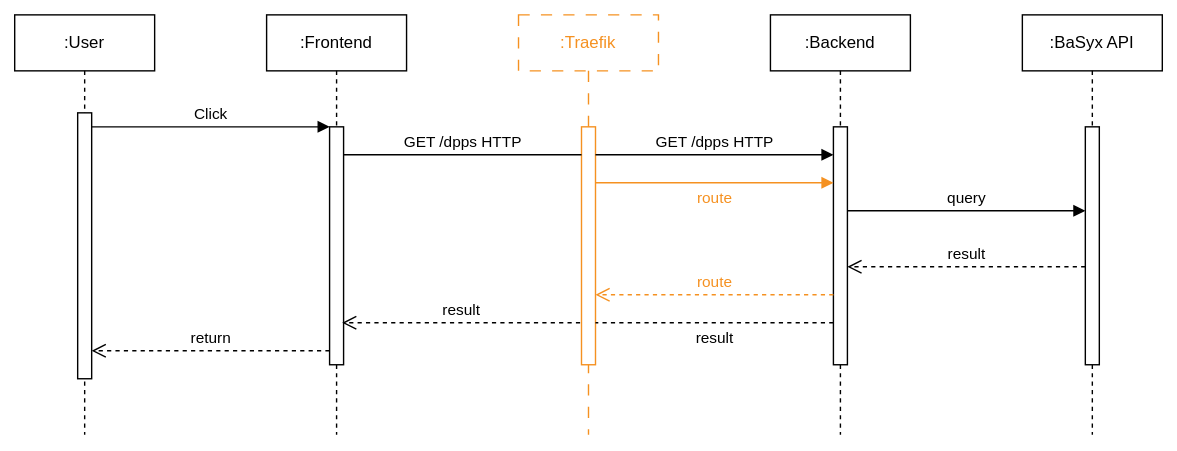
DHBW-TINF24F/Team6-BaSyx-DPP-API keeps this draw.io diagram as PROJECT/SAS/src/sequence-diagram/TINF24F_SAS_Team_6_Sequence-Diagram_R10.drawio.svg. Above is the earlier version. Source tidied: cells renumbered, new cells last; positions are measured from the earlier drawing's top-left corner, leaving out a move shared by most shapes. The source it was exported from:
```xml
<mxGraphModel>
  <root>
    <mxCell id="0" />
    <mxCell id="1" parent="0" />
    <mxCell id="2" value=":User" style="shape=umlLifeline;perimeter=lifelinePerimeter;whiteSpace=wrap;html=1;newEdgeStyle={&quot;edgeStyle&quot;:&quot;elbowEdgeStyle&quot;,&quot;elbow&quot;:&quot;vertical&quot;,&quot;curved&quot;:0,&quot;rounded&quot;:0};" parent="1" vertex="1">
      <mxGeometry width="100" height="300" as="geometry" />
    </mxCell>
    <mxCell id="3" style="html=1;points=[];perimeter=orthogonalPerimeter;outlineConnect=0;targetShapes=umlLifeline;portConstraint=eastwest;newEdgeStyle={&quot;edgeStyle&quot;:&quot;elbowEdgeStyle&quot;,&quot;elbow&quot;:&quot;vertical&quot;,&quot;curved&quot;:0,&quot;rounded&quot;:0};" parent="2" vertex="1">
      <mxGeometry x="45" y="70" width="10" height="190" as="geometry" />
    </mxCell>
    <mxCell id="4" value=":Frontend" style="shape=umlLifeline;perimeter=lifelinePerimeter;whiteSpace=wrap;html=1;newEdgeStyle={&quot;edgeStyle&quot;:&quot;elbowEdgeStyle&quot;,&quot;elbow&quot;:&quot;vertical&quot;,&quot;curved&quot;:0,&quot;rounded&quot;:0};" parent="1" vertex="1">
      <mxGeometry x="180" width="100" height="300" as="geometry" />
    </mxCell>
    <mxCell id="5" style="html=1;points=[];perimeter=orthogonalPerimeter;outlineConnect=0;targetShapes=umlLifeline;portConstraint=eastwest;newEdgeStyle={&quot;edgeStyle&quot;:&quot;elbowEdgeStyle&quot;,&quot;elbow&quot;:&quot;vertical&quot;,&quot;curved&quot;:0,&quot;rounded&quot;:0};" parent="4" vertex="1">
      <mxGeometry x="45" y="80" width="10" height="170" as="geometry" />
    </mxCell>
    <mxCell id="6" value="Click" style="html=1;verticalAlign=bottom;endArrow=block;edgeStyle=elbowEdgeStyle;elbow=vertical;curved=0;rounded=0;" parent="1" edge="1" source="3" target="5">
      <mxGeometry relative="1" as="geometry">
        <Array as="points">
          <mxPoint x="140" y="80" />
        </Array>
      </mxGeometry>
    </mxCell>
    <mxCell id="7" value="return" style="html=1;verticalAlign=bottom;endArrow=open;dashed=1;endSize=8;edgeStyle=elbowEdgeStyle;elbow=vertical;curved=0;rounded=0;" parent="1" edge="1" source="5" target="3">
      <mxGeometry relative="1" as="geometry">
        <Array as="points">
          <mxPoint x="150" y="240" />
        </Array>
      </mxGeometry>
    </mxCell>
    <mxCell id="8" value="&lt;font style=&quot;color: rgb(245, 145, 33);&quot;&gt;:Traefik&lt;/font&gt;" style="shape=umlLifeline;perimeter=lifelinePerimeter;whiteSpace=wrap;html=1;newEdgeStyle={&quot;edgeStyle&quot;:&quot;elbowEdgeStyle&quot;,&quot;elbow&quot;:&quot;vertical&quot;,&quot;curved&quot;:0,&quot;rounded&quot;:0};dashed=1;dashPattern=8 8;strokeColor=#F59121;" parent="1" vertex="1">
      <mxGeometry x="360" width="100" height="300" as="geometry" />
    </mxCell>
    <mxCell id="9" style="html=1;perimeter=orthogonalPerimeter;targetShapes=umlLifeline;newEdgeStyle={&quot;edgeStyle&quot;:&quot;elbowEdgeStyle&quot;,&quot;elbow&quot;:&quot;vertical&quot;,&quot;curved&quot;:0,&quot;rounded&quot;:0};strokeColor=#F59121;" parent="8" vertex="1">
      <mxGeometry x="45" y="80" width="10" height="170" as="geometry" />
    </mxCell>
    <mxCell id="10" value=":Backend" style="shape=umlLifeline;perimeter=lifelinePerimeter;whiteSpace=wrap;html=1;newEdgeStyle={&quot;edgeStyle&quot;:&quot;elbowEdgeStyle&quot;,&quot;elbow&quot;:&quot;vertical&quot;,&quot;curved&quot;:0,&quot;rounded&quot;:0};" parent="1" vertex="1">
      <mxGeometry x="540" width="100" height="300" as="geometry" />
    </mxCell>
    <mxCell id="11" style="html=1;perimeter=orthogonalPerimeter;targetShapes=umlLifeline;newEdgeStyle={&quot;edgeStyle&quot;:&quot;elbowEdgeStyle&quot;,&quot;elbow&quot;:&quot;vertical&quot;,&quot;curved&quot;:0,&quot;rounded&quot;:0};" parent="10" vertex="1">
      <mxGeometry x="45" y="80" width="10" height="170" as="geometry" />
    </mxCell>
    <mxCell id="12" value=":BaSyx API" style="shape=umlLifeline;perimeter=lifelinePerimeter;whiteSpace=wrap;html=1;newEdgeStyle={&quot;edgeStyle&quot;:&quot;elbowEdgeStyle&quot;,&quot;elbow&quot;:&quot;vertical&quot;,&quot;curved&quot;:0,&quot;rounded&quot;:0};" parent="1" vertex="1">
      <mxGeometry x="720" width="100" height="300" as="geometry" />
    </mxCell>
    <mxCell id="13" style="html=1;perimeter=orthogonalPerimeter;targetShapes=umlLifeline;newEdgeStyle={&quot;edgeStyle&quot;:&quot;elbowEdgeStyle&quot;,&quot;elbow&quot;:&quot;vertical&quot;,&quot;curved&quot;:0,&quot;rounded&quot;:0};" parent="12" vertex="1">
      <mxGeometry x="45" y="80" width="10" height="170" as="geometry" />
    </mxCell>
    <mxCell id="14" value="GET /dpps HTTP" style="html=1;verticalAlign=bottom;endArrow=none;edgeStyle=elbowEdgeStyle;elbow=vertical;curved=0;rounded=0;endFill=0;" parent="1" edge="1">
      <mxGeometry relative="1" as="geometry">
        <mxPoint x="235" y="100" as="sourcePoint" />
        <mxPoint x="405" y="100" as="targetPoint" />
        <Array as="points">
          <mxPoint x="320" y="100" />
        </Array>
      </mxGeometry>
    </mxCell>
    <mxCell id="15" value="&lt;font style=&quot;color: rgb(245, 145, 33);&quot;&gt;route&lt;/font&gt;" style="html=1;verticalAlign=bottom;endArrow=block;edgeStyle=elbowEdgeStyle;elbow=vertical;curved=0;rounded=0;strokeColor=#F59121;" parent="1" edge="1">
      <mxGeometry y="-20" relative="1" as="geometry">
        <mxPoint x="415" y="120" as="sourcePoint" />
        <mxPoint x="585" y="120" as="targetPoint" />
        <Array as="points">
          <mxPoint x="500" y="120" />
        </Array>
      </mxGeometry>
    </mxCell>
    <mxCell id="16" value="query" style="html=1;verticalAlign=bottom;endArrow=block;edgeStyle=elbowEdgeStyle;elbow=vertical;curved=0;rounded=0;" parent="1" edge="1">
      <mxGeometry relative="1" as="geometry">
        <mxPoint x="595" y="140" as="sourcePoint" />
        <mxPoint x="765" y="140" as="targetPoint" />
        <Array as="points">
          <mxPoint x="680" y="140" />
        </Array>
      </mxGeometry>
    </mxCell>
    <mxCell id="17" value="result" style="html=1;verticalAlign=bottom;endArrow=open;dashed=1;endSize=8;edgeStyle=elbowEdgeStyle;elbow=vertical;curved=0;rounded=0;" parent="1" edge="1">
      <mxGeometry relative="1" as="geometry">
        <mxPoint x="765" y="180" as="sourcePoint" />
        <mxPoint x="595" y="180" as="targetPoint" />
        <Array as="points">
          <mxPoint x="690" y="180" />
        </Array>
      </mxGeometry>
    </mxCell>
    <mxCell id="18" value="&lt;font style=&quot;color: rgb(245, 145, 33);&quot;&gt;route&lt;/font&gt;" style="html=1;verticalAlign=bottom;endArrow=open;dashed=1;endSize=8;edgeStyle=elbowEdgeStyle;elbow=vertical;curved=0;rounded=0;strokeColor=#F59121;" parent="1" edge="1">
      <mxGeometry relative="1" as="geometry">
        <mxPoint x="585" y="200" as="sourcePoint" />
        <mxPoint x="415" y="200" as="targetPoint" />
        <Array as="points">
          <mxPoint x="510" y="200" />
        </Array>
      </mxGeometry>
    </mxCell>
    <mxCell id="19" value="result" style="html=1;verticalAlign=bottom;endArrow=open;dashed=1;endSize=8;edgeStyle=elbowEdgeStyle;elbow=vertical;curved=0;rounded=0;" parent="1" edge="1">
      <mxGeometry relative="1" as="geometry">
        <mxPoint x="404" y="220" as="sourcePoint" />
        <mxPoint x="234" y="220" as="targetPoint" />
        <Array as="points">
          <mxPoint x="329" y="220" />
        </Array>
      </mxGeometry>
    </mxCell>
    <mxCell id="20" value="result" style="html=1;verticalAlign=bottom;endArrow=none;dashed=1;endSize=8;edgeStyle=elbowEdgeStyle;elbow=vertical;curved=0;rounded=0;endFill=0;" parent="1" edge="1">
      <mxGeometry y="20" relative="1" as="geometry">
        <mxPoint x="585" y="220" as="sourcePoint" />
        <mxPoint x="415" y="220" as="targetPoint" />
        <Array as="points">
          <mxPoint x="510" y="220" />
        </Array>
      </mxGeometry>
    </mxCell>
    <mxCell id="21" value="GET /dpps HTTP" style="html=1;verticalAlign=bottom;endArrow=block;edgeStyle=elbowEdgeStyle;elbow=vertical;curved=0;rounded=0;" parent="1" edge="1">
      <mxGeometry relative="1" as="geometry">
        <mxPoint x="415" y="100" as="sourcePoint" />
        <mxPoint x="585" y="100" as="targetPoint" />
        <Array as="points">
          <mxPoint x="500" y="100" />
        </Array>
      </mxGeometry>
    </mxCell>
  </root>
</mxGraphModel>
```
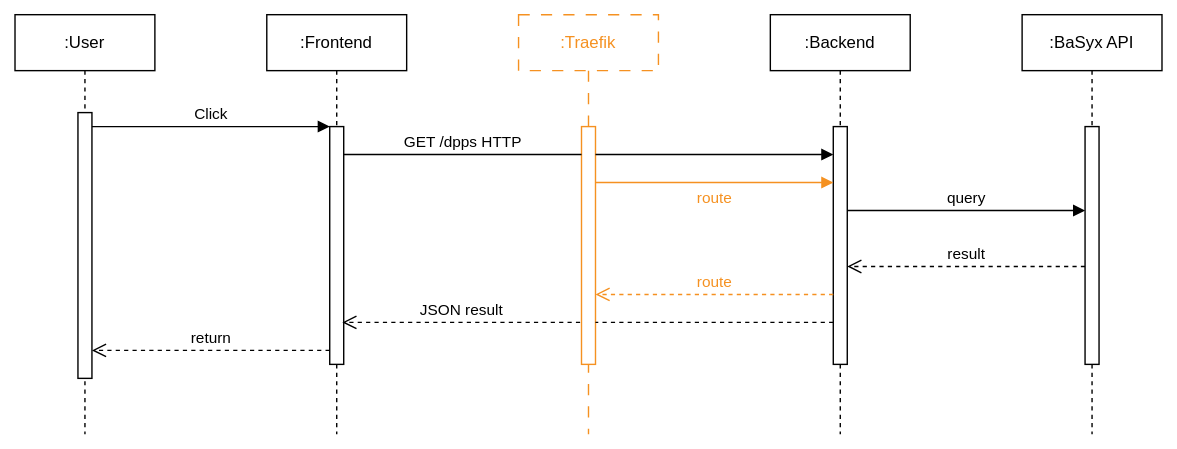
Later version of the same file.

Commit message:
minor sequence diagram fixes

What changed in the source:
```diff
@@ -91,7 +91,7 @@
         </Array>
       </mxGeometry>
     </mxCell>
-    <mxCell id="19" value="result" style="html=1;verticalAlign=bottom;endArrow=open;dashed=1;endSize=8;edgeStyle=elbowEdgeStyle;elbow=vertical;curved=0;rounded=0;" parent="1" edge="1">
+    <mxCell id="19" value="JSON result" style="html=1;verticalAlign=bottom;endArrow=open;dashed=1;endSize=8;edgeStyle=elbowEdgeStyle;elbow=vertical;curved=0;rounded=0;" parent="1" edge="1">
       <mxGeometry relative="1" as="geometry">
         <mxPoint x="404" y="220" as="sourcePoint" />
         <mxPoint x="234" y="220" as="targetPoint" />
@@ -100,7 +100,7 @@
         </Array>
       </mxGeometry>
     </mxCell>
-    <mxCell id="20" value="result" style="html=1;verticalAlign=bottom;endArrow=none;dashed=1;endSize=8;edgeStyle=elbowEdgeStyle;elbow=vertical;curved=0;rounded=0;endFill=0;" parent="1" edge="1">
+    <mxCell id="20" style="html=1;verticalAlign=bottom;endArrow=none;dashed=1;endSize=8;edgeStyle=elbowEdgeStyle;elbow=vertical;curved=0;rounded=0;endFill=0;" parent="1" edge="1">
       <mxGeometry y="20" relative="1" as="geometry">
         <mxPoint x="585" y="220" as="sourcePoint" />
         <mxPoint x="415" y="220" as="targetPoint" />
@@ -109,7 +109,7 @@
         </Array>
       </mxGeometry>
     </mxCell>
-    <mxCell id="21" value="GET /dpps HTTP" style="html=1;verticalAlign=bottom;endArrow=block;edgeStyle=elbowEdgeStyle;elbow=vertical;curved=0;rounded=0;" parent="1" edge="1">
+    <mxCell id="21" style="html=1;verticalAlign=bottom;endArrow=block;edgeStyle=elbowEdgeStyle;elbow=vertical;curved=0;rounded=0;" parent="1" edge="1">
       <mxGeometry relative="1" as="geometry">
         <mxPoint x="415" y="100" as="sourcePoint" />
         <mxPoint x="585" y="100" as="targetPoint" />
```
